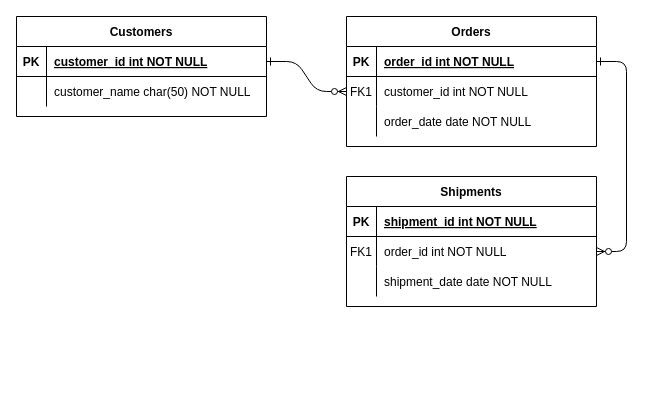
Above: commonDirectory/Untitled Diagram.drawio in liubart123/dotaApi (draw.io), before the change. Source tidied: cells renumbered, new cells numbered last; positions are measured from the earlier drawing's top-left corner, leaving out a move shared by most shapes. Both pictures are drawn from the tidied source at 100%, with x=0, y=0 at pixel (16, 16).
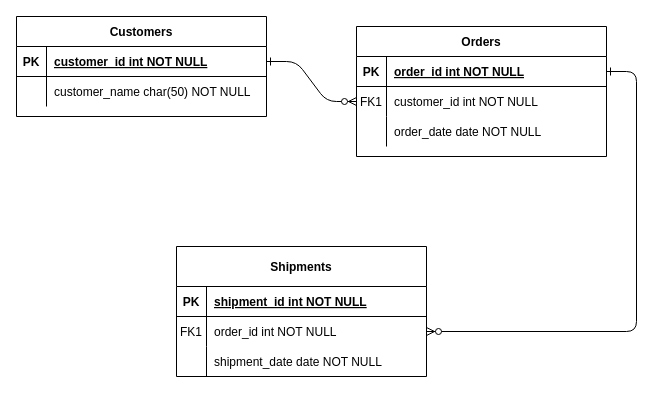
Above is the later version.

Diff of the diagram source:
```diff
@@
     <mxCell id="4" value="Orders" style="shape=table;startSize=30;childLayout=tableLayout;rowLines=0;fontStyle=1;align=center;" parent="1" vertex="1">
-      <mxGeometry x="330" width="250" height="130" as="geometry" />
+      <mxGeometry x="340" y="10" width="250" height="130" as="geometry" />
     </mxCell>
@@
-    <mxCell id="14" value="Shipments" style="shape=table;startSize=30;childLayout=tableLayout;rowLines=0;fontStyle=1;align=center;" parent="1" vertex="1">
-      <mxGeometry x="330" y="160" width="250" height="130" as="geometry" />
+    <mxCell id="14" value="Shipments" style="shape=table;startSize=40;childLayout=tableLayout;rowLines=0;fontStyle=1;align=center;" parent="1" vertex="1">
+      <mxGeometry x="160" y="230" width="250" height="130" as="geometry" />
     </mxCell>
     <mxCell id="15" style="shape=partialRectangle;fillColor=none;top=0;left=0;right=0;bottom=1;" parent="14" vertex="1">
-      <mxGeometry y="30" width="250" height="30" as="geometry" />
+      <mxGeometry y="40" width="250" height="30" as="geometry" />
     </mxCell>
@@
     <mxCell id="18" style="shape=partialRectangle;fillColor=none;points=[[0,0.5],[1,0.5]];portConstraint=eastwest;top=0;left=0;right=0;bottom=0;" parent="14" vertex="1">
-      <mxGeometry y="60" width="250" height="30" as="geometry" />
+      <mxGeometry y="70" width="250" height="30" as="geometry" />
     </mxCell>
@@
     <mxCell id="21" style="shape=partialRectangle;fillColor=none;top=0;left=0;right=0;bottom=0;" parent="14" vertex="1">
-      <mxGeometry y="90" width="250" height="30" as="geometry" />
+      <mxGeometry y="100" width="250" height="30" as="geometry" />
     </mxCell>
```
